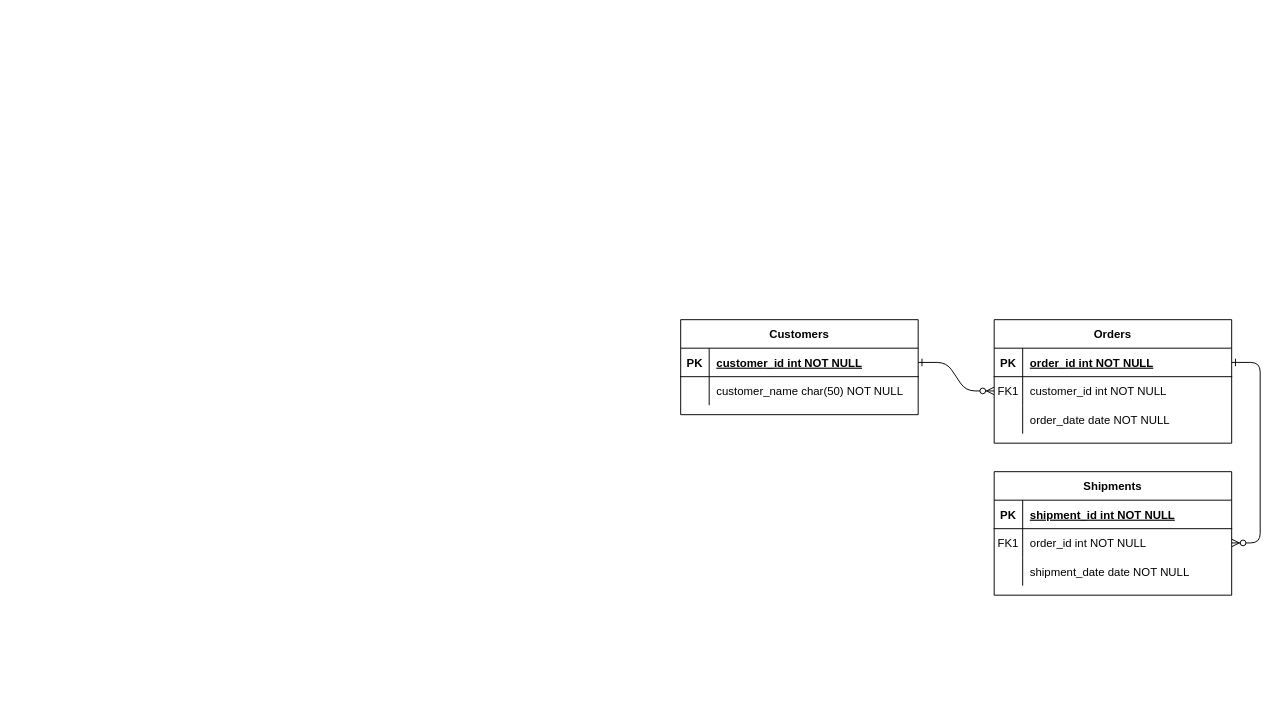
This is Untitled Diagram.drawio from EL0629/InternshipTest, a draw.io file, before an edit. Source tidied: cells renumbered, new cells numbered last; positions are measured from the earlier drawing's top-left corner, leaving out a move shared by most shapes. Both pictures are drawn from the tidied source at 95%, with x=0, y=0 at pixel (680, 319).
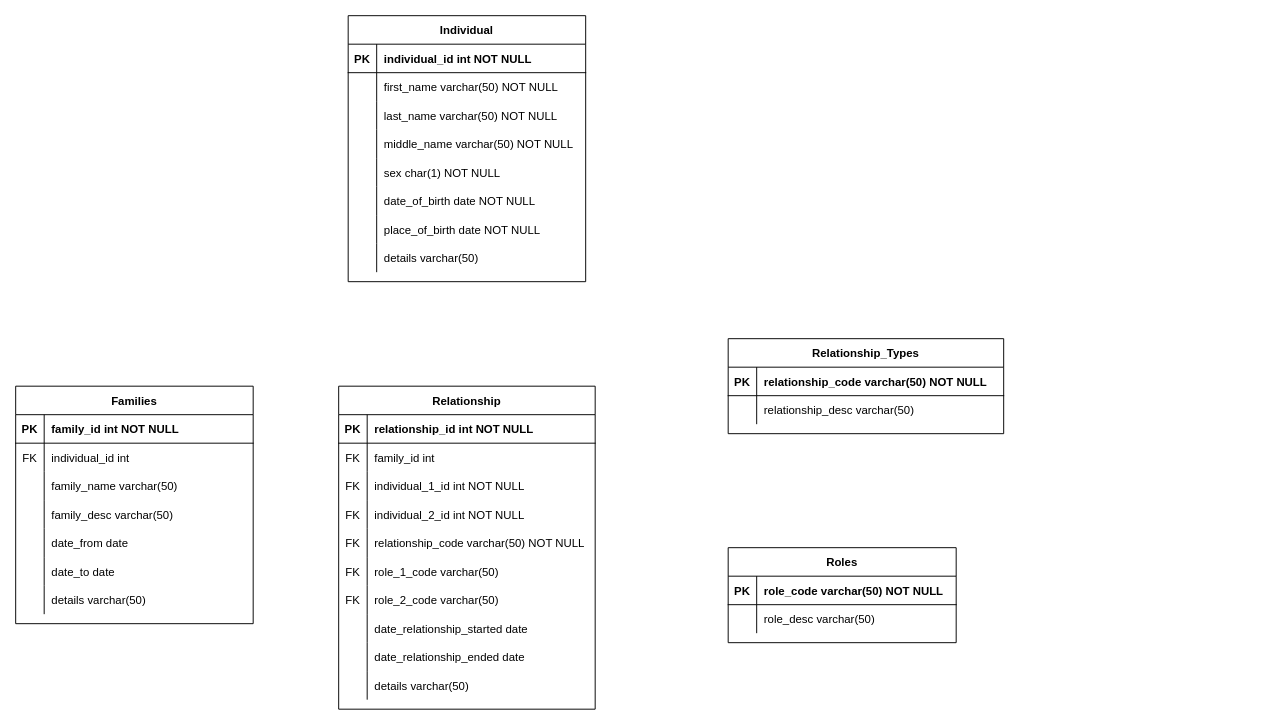
Above is the later version.

The change refers to these unchanged cells:
```xml
<mxCell id="15" style="shape=partialRectangle;fillColor=none;top=0;left=0;right=0;bottom=1;" parent="14" vertex="1">
  <mxGeometry y="30" width="250" height="30" as="geometry" />
</mxCell>
<mxCell id="18" style="shape=partialRectangle;fillColor=none;points=[[0,0.5],[1,0.5]];portConstraint=eastwest;top=0;left=0;right=0;bottom=0;" parent="14" vertex="1">
  <mxGeometry y="60" width="250" height="30" as="geometry" />
</mxCell>
<mxCell id="21" style="shape=partialRectangle;fillColor=none;top=0;left=0;right=0;bottom=0;" parent="14" vertex="1">
  <mxGeometry y="90" width="250" height="30" as="geometry" />
</mxCell>
<mxCell id="25" style="shape=partialRectangle;fillColor=none;points=[[0,0.5],[1,0.5]];portConstraint=eastwest;top=0;left=0;right=0;bottom=1;" parent="24" vertex="1">
  <mxGeometry y="30" width="250" height="30" as="geometry" />
</mxCell>
<mxCell id="28" style="shape=partialRectangle;fillColor=none;top=0;left=0;right=0;bottom=0;" parent="24" vertex="1">
  <mxGeometry y="60" width="250" height="30" as="geometry" />
</mxCell>
```

What changed in the source:
```diff
@@
-    <mxCell id="2" style="edgeStyle=entityRelationEdgeStyle;endArrow=ERzeroToMany;startArrow=ERone;endFill=1;startFill=0;" parent="1" edge="1" source="25" target="8">
-      <mxGeometry relative="1" as="geometry" />
-    </mxCell>
-    <mxCell id="3" style="edgeStyle=entityRelationEdgeStyle;endArrow=ERzeroToMany;startArrow=ERone;endFill=1;startFill=0;" parent="1" edge="1" source="5" target="18">
-      <mxGeometry relative="1" as="geometry" />
-    </mxCell>
-    <mxCell id="4" value="Orders" style="shape=table;startSize=30;childLayout=tableLayout;rowLines=0;fontStyle=1;align=center;" parent="1" vertex="1">
-      <mxGeometry x="330" width="250" height="130" as="geometry" />
+    <mxCell id="4" value="Relationship" style="shape=table;startSize=30;childLayout=tableLayout;rowLines=0;fontStyle=1;align=center;" parent="1" vertex="1">
+      <mxGeometry x="-360" y="70" width="270" height="340" as="geometry" />
     </mxCell>
     <mxCell id="5" style="shape=partialRectangle;fillColor=none;points=[[0,0.5],[1,0.5]];portConstraint=eastwest;top=0;left=0;right=0;bottom=1;" parent="4" vertex="1">
-      <mxGeometry y="30" width="250" height="30" as="geometry" />
+      <mxGeometry y="30" width="270" height="30" as="geometry" />
     </mxCell>
@@
-    <mxCell id="7" value="order_id int NOT NULL " style="shape=partialRectangle;overflow=hidden;fillColor=none;top=0;left=0;bottom=0;right=0;align=left;spacingLeft=6;fontStyle=5;" parent="5" vertex="1">
-      <mxGeometry x="30" width="220" height="30" as="geometry" />
+    <mxCell id="7" value="relationship_id int NOT NULL" style="shape=partialRectangle;overflow=hidden;fillColor=none;top=0;left=0;bottom=0;right=0;align=left;spacingLeft=6;fontStyle=1;" parent="5" vertex="1">
+      <mxGeometry x="30" width="240" height="30" as="geometry" />
     </mxCell>
     <mxCell id="8" style="shape=partialRectangle;fillColor=none;points=[[0,0.5],[1,0.5]];portConstraint=eastwest;top=0;left=0;right=0;bottom=0;" parent="4" vertex="1">
-      <mxGeometry y="60" width="250" height="30" as="geometry" />
+      <mxGeometry y="60" width="270" height="30" as="geometry" />
     </mxCell>
-    <mxCell id="9" value="FK1" style="shape=partialRectangle;overflow=hidden;fillColor=none;top=0;left=0;bottom=0;right=0;" parent="8" vertex="1">
+    <mxCell id="9" value="FK" style="shape=partialRectangle;overflow=hidden;fillColor=none;top=0;left=0;bottom=0;right=0;" parent="8" vertex="1">
       <mxGeometry width="30" height="30" as="geometry" />
     </mxCell>
-    <mxCell id="10" value="customer_id int NOT NULL" style="shape=partialRectangle;overflow=hidden;fillColor=none;top=0;left=0;bottom=0;right=0;align=left;spacingLeft=6;" parent="8" vertex="1">
-      <mxGeometry x="30" width="220" height="30" as="geometry" />
+    <mxCell id="10" value="family_id int" style="shape=partialRectangle;overflow=hidden;fillColor=none;top=0;left=0;bottom=0;right=0;align=left;spacingLeft=6;" parent="8" vertex="1">
+      <mxGeometry x="30" width="240" height="30" as="geometry" />
     </mxCell>
     <mxCell id="11" style="shape=partialRectangle;fillColor=none;top=0;left=0;right=0;bottom=0;" parent="4" vertex="1">
-      <mxGeometry y="90" width="250" height="30" as="geometry" />
+      <mxGeometry y="90" width="270" height="30" as="geometry" />
     </mxCell>
-    <mxCell id="12" style="shape=partialRectangle;overflow=hidden;fillColor=none;top=0;left=0;bottom=0;right=0;" parent="11" vertex="1">
+    <mxCell id="12" value="FK" style="shape=partialRectangle;overflow=hidden;fillColor=none;top=0;left=0;bottom=0;right=0;" parent="11" vertex="1">
       <mxGeometry width="30" height="30" as="geometry" />
     </mxCell>
-    <mxCell id="13" value="order_date date NOT NULL" style="shape=partialRectangle;overflow=hidden;fillColor=none;top=0;left=0;bottom=0;right=0;align=left;spacingLeft=6;" parent="11" vertex="1">
-      <mxGeometry x="30" width="220" height="30" as="geometry" />
+    <mxCell id="13" value="individual_1_id int NOT NULL" style="shape=partialRectangle;overflow=hidden;fillColor=none;top=0;left=0;bottom=0;right=0;align=left;spacingLeft=6;" parent="11" vertex="1">
+      <mxGeometry x="30" width="240" height="30" as="geometry" />
     </mxCell>
+    <mxCell id="31" style="shape=partialRectangle;fillColor=none;top=0;left=0;right=0;bottom=0;" parent="4" vertex="1">
+      <mxGeometry y="120" width="270" height="30" as="geometry" />
+    </mxCell>
+    <mxCell id="32" value="FK" style="shape=partialRectangle;overflow=hidden;fillColor=none;top=0;left=0;bottom=0;right=0;" parent="31" vertex="1">
+      <mxGeometry width="30" height="30" as="geometry" />
+    </mxCell>
+    <mxCell id="33" value="individual_2_id int NOT NULL" style="shape=partialRectangle;overflow=hidden;fillColor=none;top=0;left=0;bottom=0;right=0;align=left;spacingLeft=6;" parent="31" vertex="1">
+      <mxGeometry x="30" width="240" height="30" as="geometry" />
+    </mxCell>
+    <mxCell id="34" style="shape=partialRectangle;fillColor=none;top=0;left=0;right=0;bottom=0;" parent="4" vertex="1">
+      <mxGeometry y="150" width="270" height="30" as="geometry" />
+    </mxCell>
+    <mxCell id="35" value="FK" style="shape=partialRectangle;overflow=hidden;fillColor=none;top=0;left=0;bottom=0;right=0;" parent="34" vertex="1">
+      <mxGeometry width="30" height="30" as="geometry" />
+    </mxCell>
+    <mxCell id="36" value="relationship_code varchar(50) NOT NULL" style="shape=partialRectangle;overflow=hidden;fillColor=none;top=0;left=0;bottom=0;right=0;align=left;spacingLeft=6;" parent="34" vertex="1">
+      <mxGeometry x="30" width="240" height="30" as="geometry" />
+    </mxCell>
+    <mxCell id="37" style="shape=partialRectangle;fillColor=none;top=0;left=0;right=0;bottom=0;" parent="4" vertex="1">
+      <mxGeometry y="180" width="270" height="30" as="geometry" />
+    </mxCell>
+    <mxCell id="38" value="FK" style="shape=partialRectangle;overflow=hidden;fillColor=none;top=0;left=0;bottom=0;right=0;" parent="37" vertex="1">
+      <mxGeometry width="30" height="30" as="geometry" />
+    </mxCell>
+    <mxCell id="39" value="role_1_code varchar(50) " style="shape=partialRectangle;overflow=hidden;fillColor=none;top=0;left=0;bottom=0;right=0;align=left;spacingLeft=6;" parent="37" vertex="1">
+      <mxGeometry x="30" width="240" height="30" as="geometry" />
+    </mxCell>
+    <mxCell id="40" style="shape=partialRectangle;fillColor=none;top=0;left=0;right=0;bottom=0;" parent="4" vertex="1">
+      <mxGeometry y="210" width="270" height="30" as="geometry" />
+    </mxCell>
+    <mxCell id="41" value="FK" style="shape=partialRectangle;overflow=hidden;fillColor=none;top=0;left=0;bottom=0;right=0;" parent="40" vertex="1">
+      <mxGeometry width="30" height="30" as="geometry" />
+    </mxCell>
+    <mxCell id="42" value="role_2_code varchar(50) " style="shape=partialRectangle;overflow=hidden;fillColor=none;top=0;left=0;bottom=0;right=0;align=left;spacingLeft=6;" parent="40" vertex="1">
+      <mxGeometry x="30" width="240" height="30" as="geometry" />
+    </mxCell>
+    <mxCell id="43" style="shape=partialRectangle;fillColor=none;top=0;left=0;right=0;bottom=0;" parent="4" vertex="1">
+      <mxGeometry y="240" width="270" height="30" as="geometry" />
+    </mxCell>
+    <mxCell id="44" style="shape=partialRectangle;overflow=hidden;fillColor=none;top=0;left=0;bottom=0;right=0;" parent="43" vertex="1">
+      <mxGeometry width="30" height="30" as="geometry" />
+    </mxCell>
+    <mxCell id="45" value="date_relationship_started date" style="shape=partialRectangle;overflow=hidden;fillColor=none;top=0;left=0;bottom=0;right=0;align=left;spacingLeft=6;" parent="43" vertex="1">
+      <mxGeometry x="30" width="240" height="30" as="geometry" />
+    </mxCell>
+    <mxCell id="46" style="shape=partialRectangle;fillColor=none;top=0;left=0;right=0;bottom=0;" parent="4" vertex="1">
+      <mxGeometry y="270" width="270" height="30" as="geometry" />
+    </mxCell>
+    <mxCell id="47" style="shape=partialRectangle;overflow=hidden;fillColor=none;top=0;left=0;bottom=0;right=0;" parent="46" vertex="1">
+      <mxGeometry width="30" height="30" as="geometry" />
+    </mxCell>
+    <mxCell id="48" value="date_relationship_ended date" style="shape=partialRectangle;overflow=hidden;fillColor=none;top=0;left=0;bottom=0;right=0;align=left;spacingLeft=6;" parent="46" vertex="1">
+      <mxGeometry x="30" width="240" height="30" as="geometry" />
+    </mxCell>
+    <mxCell id="49" style="shape=partialRectangle;fillColor=none;top=0;left=0;right=0;bottom=0;" parent="4" vertex="1">
+      <mxGeometry y="300" width="270" height="30" as="geometry" />
+    </mxCell>
+    <mxCell id="50" style="shape=partialRectangle;overflow=hidden;fillColor=none;top=0;left=0;bottom=0;right=0;" parent="49" vertex="1">
+      <mxGeometry width="30" height="30" as="geometry" />
+    </mxCell>
+    <mxCell id="51" value="details varchar(50)" style="shape=partialRectangle;overflow=hidden;fillColor=none;top=0;left=0;bottom=0;right=0;align=left;spacingLeft=6;" parent="49" vertex="1">
+      <mxGeometry x="30" width="240" height="30" as="geometry" />
+    </mxCell>
-    <mxCell id="14" value="Shipments" style="shape=table;startSize=30;childLayout=tableLayout;rowLines=0;fontStyle=1;align=center;" parent="1" vertex="1">
-      <mxGeometry x="330" y="160" width="250" height="130" as="geometry" />
+    <mxCell id="14" value="Families" style="shape=table;startSize=30;childLayout=tableLayout;rowLines=0;fontStyle=1;align=center;" parent="1" vertex="1">
+      <mxGeometry x="-700" y="70" width="250" height="250" as="geometry" />
     </mxCell>
@@
-    <mxCell id="17" value="shipment_id int NOT NULL " style="shape=partialRectangle;overflow=hidden;fillColor=none;top=0;left=0;bottom=0;right=0;align=left;spacingLeft=6;fontStyle=5;" parent="15" vertex="1">
+    <mxCell id="17" value="family_id int NOT NULL " style="shape=partialRectangle;overflow=hidden;fillColor=none;top=0;left=0;bottom=0;right=0;align=left;spacingLeft=6;fontStyle=1;" parent="15" vertex="1">
       <mxGeometry x="30" width="220" height="30" as="geometry" />
     </mxCell>
@@
-    <mxCell id="19" value="FK1" style="shape=partialRectangle;overflow=hidden;fillColor=none;top=0;left=0;bottom=0;right=0;" parent="18" vertex="1">
+    <mxCell id="19" value="FK" style="shape=partialRectangle;overflow=hidden;fillColor=none;top=0;left=0;bottom=0;right=0;" parent="18" vertex="1">
       <mxGeometry width="30" height="30" as="geometry" />
     </mxCell>
-    <mxCell id="20" value="order_id int NOT NULL" style="shape=partialRectangle;overflow=hidden;fillColor=none;top=0;left=0;bottom=0;right=0;align=left;spacingLeft=6;" parent="18" vertex="1">
+    <mxCell id="20" value="individual_id int" style="shape=partialRectangle;overflow=hidden;fillColor=none;top=0;left=0;bottom=0;right=0;align=left;spacingLeft=6;fontStyle=0;" parent="18" vertex="1">
       <mxGeometry x="30" width="220" height="30" as="geometry" />
     </mxCell>
@@
-    <mxCell id="23" value="shipment_date date NOT NULL" style="shape=partialRectangle;overflow=hidden;fillColor=none;top=0;left=0;bottom=0;right=0;align=left;spacingLeft=6;" parent="21" vertex="1">
+    <mxCell id="23" value="family_name varchar(50)" style="shape=partialRectangle;overflow=hidden;fillColor=none;top=0;left=0;bottom=0;right=0;align=left;spacingLeft=6;" parent="21" vertex="1">
       <mxGeometry x="30" width="220" height="30" as="geometry" />
     </mxCell>
+    <mxCell id="52" style="shape=partialRectangle;fillColor=none;top=0;left=0;right=0;bottom=0;" parent="14" vertex="1">
+      <mxGeometry y="120" width="250" height="30" as="geometry" />
+    </mxCell>
+    <mxCell id="53" style="shape=partialRectangle;overflow=hidden;fillColor=none;top=0;left=0;bottom=0;right=0;" parent="52" vertex="1">
+      <mxGeometry width="30" height="30" as="geometry" />
+    </mxCell>
+    <mxCell id="54" value="family_desc varchar(50)" style="shape=partialRectangle;overflow=hidden;fillColor=none;top=0;left=0;bottom=0;right=0;align=left;spacingLeft=6;" parent="52" vertex="1">
+      <mxGeometry x="30" width="220" height="30" as="geometry" />
+    </mxCell>
+    <mxCell id="55" style="shape=partialRectangle;fillColor=none;top=0;left=0;right=0;bottom=0;" parent="14" vertex="1">
+      <mxGeometry y="150" width="250" height="30" as="geometry" />
+    </mxCell>
+    <mxCell id="56" style="shape=partialRectangle;overflow=hidden;fillColor=none;top=0;left=0;bottom=0;right=0;" parent="55" vertex="1">
+      <mxGeometry width="30" height="30" as="geometry" />
+    </mxCell>
+    <mxCell id="57" value="date_from date" style="shape=partialRectangle;overflow=hidden;fillColor=none;top=0;left=0;bottom=0;right=0;align=left;spacingLeft=6;" parent="55" vertex="1">
+      <mxGeometry x="30" width="220" height="30" as="geometry" />
+    </mxCell>
+    <mxCell id="58" style="shape=partialRectangle;fillColor=none;top=0;left=0;right=0;bottom=0;" parent="14" vertex="1">
+      <mxGeometry y="180" width="250" height="30" as="geometry" />
+    </mxCell>
+    <mxCell id="59" style="shape=partialRectangle;overflow=hidden;fillColor=none;top=0;left=0;bottom=0;right=0;" parent="58" vertex="1">
+      <mxGeometry width="30" height="30" as="geometry" />
+    </mxCell>
+    <mxCell id="60" value="date_to date" style="shape=partialRectangle;overflow=hidden;fillColor=none;top=0;left=0;bottom=0;right=0;align=left;spacingLeft=6;" parent="58" vertex="1">
+      <mxGeometry x="30" width="220" height="30" as="geometry" />
+    </mxCell>
+    <mxCell id="61" style="shape=partialRectangle;fillColor=none;top=0;left=0;right=0;bottom=0;" parent="14" vertex="1">
+      <mxGeometry y="210" width="250" height="30" as="geometry" />
+    </mxCell>
+    <mxCell id="62" style="shape=partialRectangle;overflow=hidden;fillColor=none;top=0;left=0;bottom=0;right=0;" parent="61" vertex="1">
+      <mxGeometry width="30" height="30" as="geometry" />
+    </mxCell>
+    <mxCell id="63" value="details varchar(50)" style="shape=partialRectangle;overflow=hidden;fillColor=none;top=0;left=0;bottom=0;right=0;align=left;spacingLeft=6;" parent="61" vertex="1">
+      <mxGeometry x="30" width="220" height="30" as="geometry" />
+    </mxCell>
-    <mxCell id="24" value="Customers" style="shape=table;startSize=30;childLayout=tableLayout;rowLines=0;fontStyle=1;align=center;" parent="1" vertex="1">
-      <mxGeometry width="250" height="100" as="geometry" />
+    <mxCell id="24" value="Individual" style="shape=table;startSize=30;childLayout=tableLayout;rowLines=0;fontStyle=1;align=center;" parent="1" vertex="1">
+      <mxGeometry x="-350" y="-320" width="250" height="280" as="geometry" />
     </mxCell>
@@
-    <mxCell id="27" value="customer_id int NOT NULL " style="shape=partialRectangle;overflow=hidden;fillColor=none;top=0;left=0;bottom=0;right=0;align=left;spacingLeft=6;fontStyle=5;" parent="25" vertex="1">
+    <mxCell id="27" value="individual_id int NOT NULL " style="shape=partialRectangle;overflow=hidden;fillColor=none;top=0;left=0;bottom=0;right=0;align=left;spacingLeft=6;fontStyle=1;" parent="25" vertex="1">
       <mxGeometry x="30" width="220" height="30" as="geometry" />
     </mxCell>
@@
-    <mxCell id="30" value="customer_name char(50) NOT NULL" style="shape=partialRectangle;overflow=hidden;fillColor=none;top=0;left=0;bottom=0;right=0;align=left;spacingLeft=6;" parent="28" vertex="1">
+    <mxCell id="30" value="first_name varchar(50) NOT NULL" style="shape=partialRectangle;overflow=hidden;fillColor=none;top=0;left=0;bottom=0;right=0;align=left;spacingLeft=6;" parent="28" vertex="1">
       <mxGeometry x="30" width="220" height="30" as="geometry" />
     </mxCell>
+    <mxCell id="64" style="shape=partialRectangle;fillColor=none;top=0;left=0;right=0;bottom=0;" parent="24" vertex="1">
+      <mxGeometry y="90" width="250" height="30" as="geometry" />
+    </mxCell>
+    <mxCell id="65" style="shape=partialRectangle;overflow=hidden;fillColor=none;top=0;left=0;bottom=0;right=0;" parent="64" vertex="1">
+      <mxGeometry width="30" height="30" as="geometry" />
+    </mxCell>
+    <mxCell id="66" value="last_name varchar(50) NOT NULL" style="shape=partialRectangle;overflow=hidden;fillColor=none;top=0;left=0;bottom=0;right=0;align=left;spacingLeft=6;" parent="64" vertex="1">
+      <mxGeometry x="30" width="220" height="30" as="geometry" />
+    </mxCell>
+    <mxCell id="67" style="shape=partialRectangle;fillColor=none;top=0;left=0;right=0;bottom=0;" parent="24" vertex="1">
+      <mxGeometry y="120" width="250" height="30" as="geometry" />
+    </mxCell>
+    <mxCell id="68" style="shape=partialRectangle;overflow=hidden;fillColor=none;top=0;left=0;bottom=0;right=0;" parent="67" vertex="1">
+      <mxGeometry width="30" height="30" as="geometry" />
+    </mxCell>
+    <mxCell id="69" value="middle_name varchar(50) NOT NULL" style="shape=partialRectangle;overflow=hidden;fillColor=none;top=0;left=0;bottom=0;right=0;align=left;spacingLeft=6;" parent="67" vertex="1">
+      <mxGeometry x="30" width="220" height="30" as="geometry" />
+    </mxCell>
+    <mxCell id="70" style="shape=partialRectangle;fillColor=none;top=0;left=0;right=0;bottom=0;" parent="24" vertex="1">
+      <mxGeometry y="150" width="250" height="30" as="geometry" />
+    </mxCell>
+    <mxCell id="71" style="shape=partialRectangle;overflow=hidden;fillColor=none;top=0;left=0;bottom=0;right=0;" parent="70" vertex="1">
+      <mxGeometry width="30" height="30" as="geometry" />
+    </mxCell>
+    <mxCell id="72" value="sex char(1) NOT NULL" style="shape=partialRectangle;overflow=hidden;fillColor=none;top=0;left=0;bottom=0;right=0;align=left;spacingLeft=6;" parent="70" vertex="1">
+      <mxGeometry x="30" width="220" height="30" as="geometry" />
+    </mxCell>
+    <mxCell id="73" style="shape=partialRectangle;fillColor=none;top=0;left=0;right=0;bottom=0;" parent="24" vertex="1">
+      <mxGeometry y="180" width="250" height="30" as="geometry" />
+    </mxCell>
+    <mxCell id="74" style="shape=partialRectangle;overflow=hidden;fillColor=none;top=0;left=0;bottom=0;right=0;" parent="73" vertex="1">
+      <mxGeometry width="30" height="30" as="geometry" />
+    </mxCell>
+    <mxCell id="75" value="date_of_birth date NOT NULL" style="shape=partialRectangle;overflow=hidden;fillColor=none;top=0;left=0;bottom=0;right=0;align=left;spacingLeft=6;" parent="73" vertex="1">
+      <mxGeometry x="30" width="220" height="30" as="geometry" />
+    </mxCell>
+    <mxCell id="76" style="shape=partialRectangle;fillColor=none;top=0;left=0;right=0;bottom=0;" parent="24" vertex="1">
+      <mxGeometry y="210" width="250" height="30" as="geometry" />
+    </mxCell>
+    <mxCell id="77" style="shape=partialRectangle;overflow=hidden;fillColor=none;top=0;left=0;bottom=0;right=0;" parent="76" vertex="1">
+      <mxGeometry width="30" height="30" as="geometry" />
+    </mxCell>
+    <mxCell id="78" value="place_of_birth date NOT NULL" style="shape=partialRectangle;overflow=hidden;fillColor=none;top=0;left=0;bottom=0;right=0;align=left;spacingLeft=6;" parent="76" vertex="1">
+      <mxGeometry x="30" width="220" height="30" as="geometry" />
+    </mxCell>
+    <mxCell id="79" style="shape=partialRectangle;fillColor=none;top=0;left=0;right=0;bottom=0;" parent="24" vertex="1">
+      <mxGeometry y="240" width="250" height="30" as="geometry" />
+    </mxCell>
+    <mxCell id="80" style="shape=partialRectangle;overflow=hidden;fillColor=none;top=0;left=0;bottom=0;right=0;" parent="79" vertex="1">
+      <mxGeometry width="30" height="30" as="geometry" />
+    </mxCell>
+    <mxCell id="81" value="details varchar(50)" style="shape=partialRectangle;overflow=hidden;fillColor=none;top=0;left=0;bottom=0;right=0;align=left;spacingLeft=6;" parent="79" vertex="1">
+      <mxGeometry x="30" width="220" height="30" as="geometry" />
+    </mxCell>
+    <mxCell id="82" value="Relationship_Types" style="shape=table;startSize=30;childLayout=tableLayout;rowLines=0;fontStyle=1;align=center;" parent="1" vertex="1">
+      <mxGeometry x="50" y="20" width="290" height="100" as="geometry" />
+    </mxCell>
+    <mxCell id="83" style="shape=partialRectangle;fillColor=none;top=0;left=0;right=0;bottom=1;" parent="82" vertex="1">
+      <mxGeometry y="30" width="290" height="30" as="geometry" />
+    </mxCell>
+    <mxCell id="84" value="PK" style="shape=partialRectangle;overflow=hidden;fillColor=none;top=0;left=0;bottom=0;right=0;fontStyle=1;" parent="83" vertex="1">
+      <mxGeometry width="30" height="30" as="geometry" />
+    </mxCell>
+    <mxCell id="85" value="relationship_code varchar(50) NOT NULL" style="shape=partialRectangle;overflow=hidden;fillColor=none;top=0;left=0;bottom=0;right=0;align=left;spacingLeft=6;fontStyle=1;" parent="83" vertex="1">
+      <mxGeometry x="30" width="260" height="30" as="geometry" />
+    </mxCell>
+    <mxCell id="86" style="shape=partialRectangle;fillColor=none;top=0;left=0;right=0;bottom=0;" parent="82" vertex="1">
+      <mxGeometry y="60" width="290" height="30" as="geometry" />
+    </mxCell>
+    <mxCell id="87" style="shape=partialRectangle;overflow=hidden;fillColor=none;top=0;left=0;bottom=0;right=0;" parent="86" vertex="1">
+      <mxGeometry width="30" height="30" as="geometry" />
+    </mxCell>
+    <mxCell id="88" value="relationship_desc varchar(50)" style="shape=partialRectangle;overflow=hidden;fillColor=none;top=0;left=0;bottom=0;right=0;align=left;spacingLeft=6;" parent="86" vertex="1">
+      <mxGeometry x="30" width="260" height="30" as="geometry" />
+    </mxCell>
+    <mxCell id="89" value="Roles" style="shape=table;startSize=30;childLayout=tableLayout;rowLines=0;fontStyle=1;align=center;" parent="1" vertex="1">
+      <mxGeometry x="50" y="240" width="240" height="100" as="geometry" />
+    </mxCell>
+    <mxCell id="90" style="shape=partialRectangle;fillColor=none;top=0;left=0;right=0;bottom=1;" parent="89" vertex="1">
+      <mxGeometry y="30" width="240" height="30" as="geometry" />
+    </mxCell>
+    <mxCell id="91" value="PK" style="shape=partialRectangle;overflow=hidden;fillColor=none;top=0;left=0;bottom=0;right=0;fontStyle=1;" parent="90" vertex="1">
+      <mxGeometry width="30" height="30" as="geometry" />
+    </mxCell>
+    <mxCell id="92" value="role_code varchar(50) NOT NULL" style="shape=partialRectangle;overflow=hidden;fillColor=none;top=0;left=0;bottom=0;right=0;align=left;spacingLeft=6;fontStyle=1;" parent="90" vertex="1">
+      <mxGeometry x="30" width="210" height="30" as="geometry" />
+    </mxCell>
+    <mxCell id="93" style="shape=partialRectangle;fillColor=none;top=0;left=0;right=0;bottom=0;" parent="89" vertex="1">
+      <mxGeometry y="60" width="240" height="30" as="geometry" />
+    </mxCell>
+    <mxCell id="94" style="shape=partialRectangle;overflow=hidden;fillColor=none;top=0;left=0;bottom=0;right=0;" parent="93" vertex="1">
+      <mxGeometry width="30" height="30" as="geometry" />
+    </mxCell>
+    <mxCell id="95" value="role_desc varchar(50)" style="shape=partialRectangle;overflow=hidden;fillColor=none;top=0;left=0;bottom=0;right=0;align=left;spacingLeft=6;" parent="93" vertex="1">
+      <mxGeometry x="30" width="210" height="30" as="geometry" />
+    </mxCell>
```
